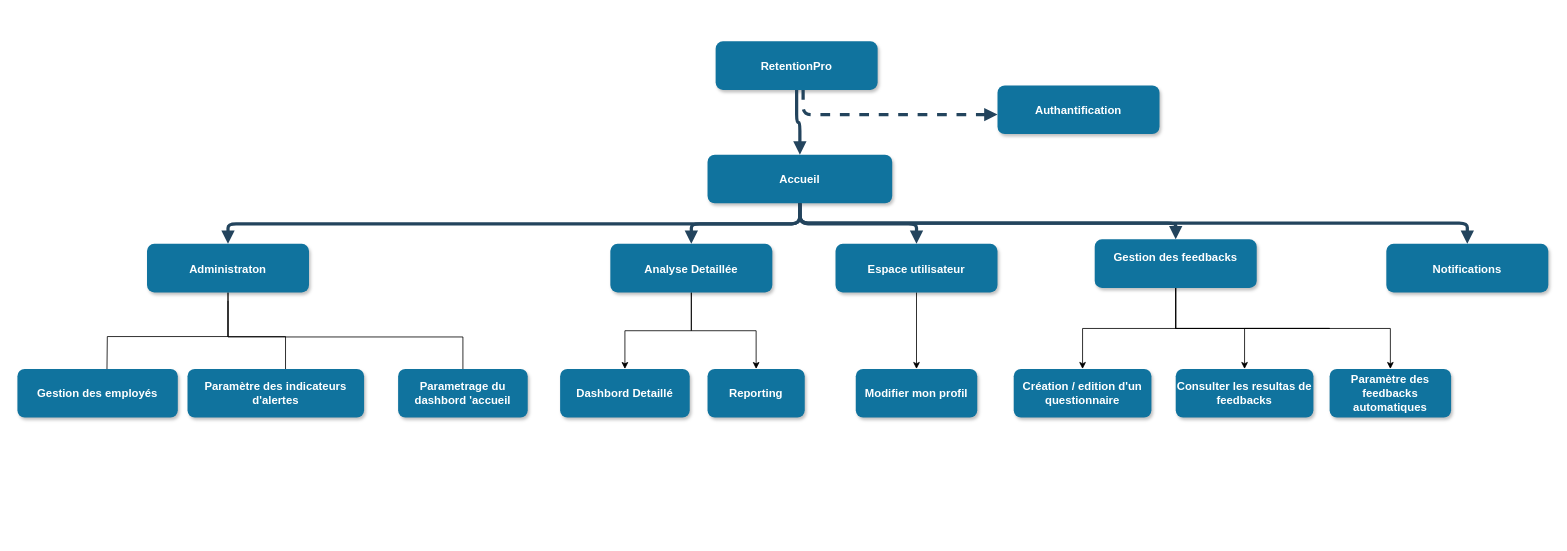
Earlier version of the draw.io diagram Diagramme sans nom.drawio (DylanTigo/sitemap_retentionPro). Source tidied: cells renumbered, new cells numbered last; positions are measured from the earlier drawing's top-left corner, leaving out a move shared by most shapes. Both pictures are drawn from the tidied source at 81%, with x=0, y=0 at pixel (17, 41).
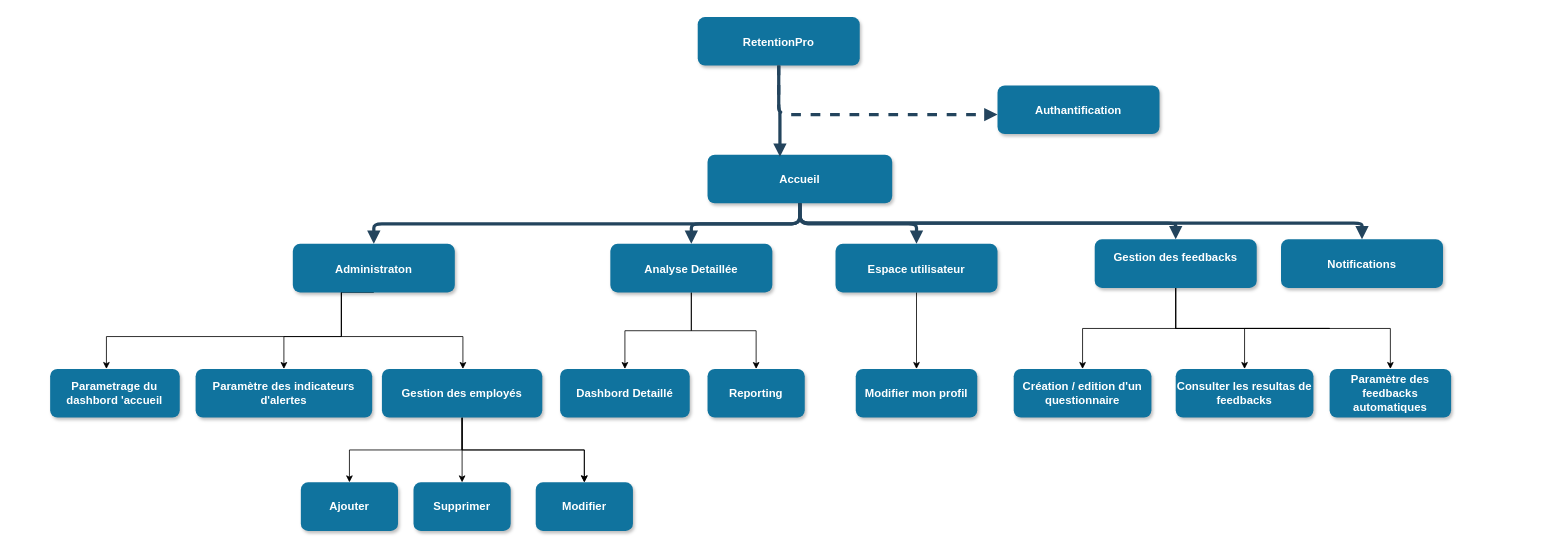
After the change.

Commit message (it also covers changes not shown here):
Mettre à jour Diagramme sans nom.drawio

Unchanged cells that the change refers to:
```xml
<mxCell id="3" value="Accueil" style="rounded=1;fillColor=#10739E;strokeColor=none;shadow=1;gradientColor=none;fontStyle=1;fontColor=#FFFFFF;fontSize=14;" parent="1" vertex="1">
  <mxGeometry x="852" y="139.5" width="228" height="60" as="geometry" />
</mxCell>
<mxCell id="13" value="Authantification" style="rounded=1;fillColor=#10739E;strokeColor=none;shadow=1;gradientColor=none;fontStyle=1;fontColor=#FFFFFF;fontSize=14;" parent="1" vertex="1">
  <mxGeometry x="1210" y="54" width="200" height="60" as="geometry" />
</mxCell>
```

The edit, as a diff of the source:
```diff
@@
     <mxCell id="2" value="RetentionPro" style="rounded=1;fillColor=#10739E;strokeColor=none;shadow=1;gradientColor=none;fontStyle=1;fontColor=#FFFFFF;fontSize=14;" parent="1" vertex="1">
-      <mxGeometry x="862" y="-0.5" width="200" height="60" as="geometry" />
+      <mxGeometry x="839.9" y="-30.5" width="200" height="60" as="geometry" />
     </mxCell>
@@
-    <mxCell id="4" style="edgeStyle=orthogonalEdgeStyle;rounded=0;jettySize=auto;html=1;exitX=0.5;exitY=1;exitDx=0;exitDy=0;" parent="1" edge="1" source="7">
+    <mxCell id="4" style="edgeStyle=orthogonalEdgeStyle;rounded=0;jettySize=auto;html=1;exitX=0.5;exitY=1;exitDx=0;exitDy=0;" parent="1" edge="1" source="7" target="26">
       <mxGeometry relative="1" as="geometry">
-        <mxPoint x="110" y="458.5" as="targetPoint" />
         <Array as="points">
-          <mxPoint x="260" y="364" />
-          <mxPoint x="111" y="364" />
-          <mxPoint x="111" y="459" />
+          <mxPoint x="400" y="310" />
+          <mxPoint x="400" y="364" />
+          <mxPoint x="550" y="364" />
         </Array>
       </mxGeometry>
     </mxCell>
-    <mxCell id="5" style="edgeStyle=orthogonalEdgeStyle;rounded=0;jettySize=auto;html=1;exitX=0.5;exitY=1;exitDx=0;exitDy=0;" parent="1" edge="1" source="7">
-      <mxGeometry relative="1" as="geometry">
-        <mxPoint x="328" y="434" as="targetPoint" />
-        <Array as="points">
-          <mxPoint x="260" y="364" />
-          <mxPoint x="331" y="364" />
-          <mxPoint x="331" y="434" />
-        </Array>
-      </mxGeometry>
-    </mxCell>
-    <mxCell id="6" style="edgeStyle=orthogonalEdgeStyle;rounded=0;orthogonalLoop=1;jettySize=auto;html=1;" parent="1" edge="1">
-      <mxGeometry relative="1" as="geometry">
-        <mxPoint x="260" y="320" as="sourcePoint" />
-        <mxPoint x="550" y="414.5" as="targetPoint" />
-        <Array as="points">
-          <mxPoint x="260" y="364.5" />
-          <mxPoint x="550" y="364.5" />
-        </Array>
-      </mxGeometry>
-    </mxCell>
+    <mxCell id="35" style="edgeStyle=orthogonalEdgeStyle;rounded=0;jettySize=auto;html=1;entryX=0.5;entryY=0;entryDx=0;entryDy=0;" parent="1" edge="1" source="7" target="27">
+      <mxGeometry relative="1" as="geometry">
+        <Array as="points">
+          <mxPoint x="400" y="364" />
+          <mxPoint x="329" y="364" />
+        </Array>
+      </mxGeometry>
+    </mxCell>
     <mxCell id="7" value="Administraton" style="rounded=1;fillColor=#10739E;strokeColor=none;shadow=1;gradientColor=none;fontStyle=1;fontColor=#FFFFFF;fontSize=14;" parent="1" vertex="1">
-      <mxGeometry x="160" y="249.5" width="200" height="60" as="geometry" />
+      <mxGeometry x="340" y="249.5" width="200" height="60" as="geometry" />
     </mxCell>
@@
-    <mxCell id="14" style="edgeStyle=elbowEdgeStyle;elbow=vertical;strokeWidth=4;endArrow=block;endFill=1;fontStyle=1;strokeColor=#23445D;" parent="1" edge="1" source="2" target="3">
+    <mxCell id="14" style="edgeStyle=elbowEdgeStyle;elbow=vertical;strokeWidth=4;endArrow=block;endFill=1;fontStyle=1;strokeColor=#23445D;entryX=0.392;entryY=0.042;entryDx=0;entryDy=0;entryPerimeter=0;" parent="1" edge="1" source="2" target="3">
       <mxGeometry x="22" y="165.5" as="geometry" />
     </mxCell>
@@
     <mxCell id="18" style="edgeStyle=elbowEdgeStyle;elbow=vertical;strokeWidth=4;endArrow=block;endFill=1;fontStyle=1;dashed=1;strokeColor=#23445D;" parent="1" edge="1" source="2" target="13">
       <mxGeometry x="22" y="165.5" as="geometry">
         <Array as="points">
-          <mxPoint x="970" y="90" />
+          <mxPoint x="939.9" y="90" />
         </Array>
       </mxGeometry>
     </mxCell>
     <mxCell id="19" value="Notifications" style="rounded=1;fillColor=#10739E;strokeColor=none;shadow=1;gradientColor=none;fontStyle=1;fontColor=#FFFFFF;fontSize=14;" parent="1" vertex="1">
-      <mxGeometry x="1690" y="249.5" width="200" height="60" as="geometry" />
+      <mxGeometry x="1560" y="244" width="200" height="60" as="geometry" />
     </mxCell>
@@
+    <mxCell id="36" style="edgeStyle=orthogonalEdgeStyle;rounded=0;jettySize=auto;html=1;" parent="1" edge="1" source="26" target="41">
+      <mxGeometry relative="1" as="geometry" />
+    </mxCell>
+    <mxCell id="37" style="edgeStyle=orthogonalEdgeStyle;rounded=0;jettySize=auto;html=1;" parent="1" edge="1" source="26" target="42">
+      <mxGeometry relative="1" as="geometry" />
+    </mxCell>
+    <mxCell id="38" style="edgeStyle=orthogonalEdgeStyle;rounded=0;jettySize=auto;html=1;" parent="1" edge="1" source="26" target="42">
+      <mxGeometry relative="1" as="geometry" />
+    </mxCell>
+    <mxCell id="39" style="edgeStyle=orthogonalEdgeStyle;rounded=0;jettySize=auto;html=1;" parent="1" edge="1" source="26" target="43">
+      <mxGeometry relative="1" as="geometry" />
+    </mxCell>
     <mxCell id="26" value="Gestion des employés" style="whiteSpace=wrap;html=1;fontSize=14;fillColor=#10739E;strokeColor=none;fontColor=#FFFFFF;rounded=1;shadow=1;gradientColor=none;fontStyle=1;" parent="1" vertex="1">
-      <mxGeometry y="404" width="198" height="60" as="geometry" />
+      <mxGeometry x="450" y="404" width="198" height="60" as="geometry" />
     </mxCell>
     <mxCell id="27" value="Paramètre des indicateurs d'alertes" style="whiteSpace=wrap;html=1;fontSize=14;fillColor=#10739E;strokeColor=none;fontColor=#FFFFFF;rounded=1;shadow=1;gradientColor=none;fontStyle=1;" parent="1" vertex="1">
-      <mxGeometry x="210" y="404" width="218" height="60" as="geometry" />
+      <mxGeometry x="220" y="404" width="218" height="60" as="geometry" />
     </mxCell>
@@
-    <mxCell id="30" value="Parametrage du dashbord 'accueil" style="whiteSpace=wrap;html=1;fontSize=14;fillColor=#10739E;strokeColor=none;fontColor=#FFFFFF;rounded=1;shadow=1;gradientColor=none;fontStyle=1;" parent="1" vertex="1">
-      <mxGeometry x="470" y="404" width="160" height="60" as="geometry" />
-    </mxCell>
@@
+    <mxCell id="40" style="edgeStyle=orthogonalEdgeStyle;rounded=0;jettySize=auto;html=1;" parent="1" edge="1" source="7" target="30">
+      <mxGeometry relative="1" as="geometry">
+        <Array as="points">
+          <mxPoint x="399.9" y="364" />
+          <mxPoint x="109.9" y="364" />
+        </Array>
+      </mxGeometry>
+    </mxCell>
+    <mxCell id="30" value="Parametrage du dashbord 'accueil" style="whiteSpace=wrap;html=1;fontSize=14;fillColor=#10739E;strokeColor=none;fontColor=#FFFFFF;rounded=1;shadow=1;gradientColor=none;fontStyle=1;" parent="1" vertex="1">
+      <mxGeometry x="40.4" y="404" width="160" height="60" as="geometry" />
+    </mxCell>
+    <mxCell id="41" value="Ajouter" style="whiteSpace=wrap;html=1;fontSize=14;fillColor=#10739E;strokeColor=none;fontColor=#FFFFFF;rounded=1;shadow=1;gradientColor=none;fontStyle=1;" parent="1" vertex="1">
+      <mxGeometry x="349.9" y="544" width="120" height="60" as="geometry" />
+    </mxCell>
+    <mxCell id="42" value="Modifier" style="whiteSpace=wrap;html=1;fontSize=14;fillColor=#10739E;strokeColor=none;fontColor=#FFFFFF;rounded=1;shadow=1;gradientColor=none;fontStyle=1;" parent="1" vertex="1">
+      <mxGeometry x="639.9" y="544" width="120" height="60" as="geometry" />
+    </mxCell>
+    <mxCell id="43" value="Supprimer" style="rounded=1;whiteSpace=wrap;html=1;fontSize=14;fillColor=#10739E;strokeColor=none;fontColor=#FFFFFF;shadow=1;gradientColor=none;fontStyle=1;" parent="1" vertex="1">
+      <mxGeometry x="489" y="544" width="120" height="60" as="geometry" />
+    </mxCell>
```
